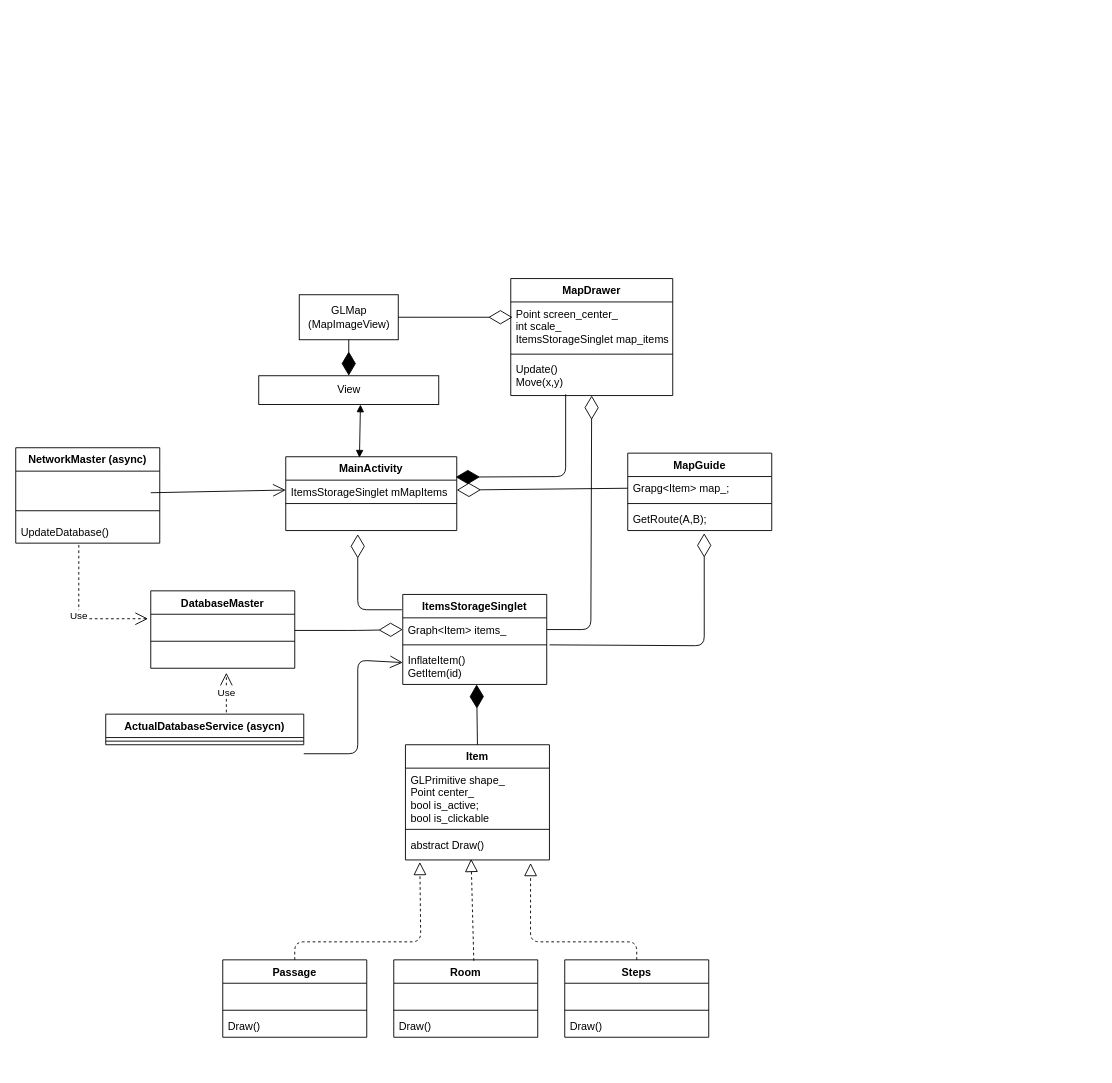
tamerlanchik/FoxCode keeps this draw.io diagram as Android App/Untitled Diagram.drawio. Above is the earlier version. Source tidied: cells renumbered, new cells numbered last; positions are measured from the earlier drawing's top-left corner, leaving out a move shared by most shapes. Both pictures are drawn from the tidied source at 90%, with x=0, y=0 at pixel (15, 278).
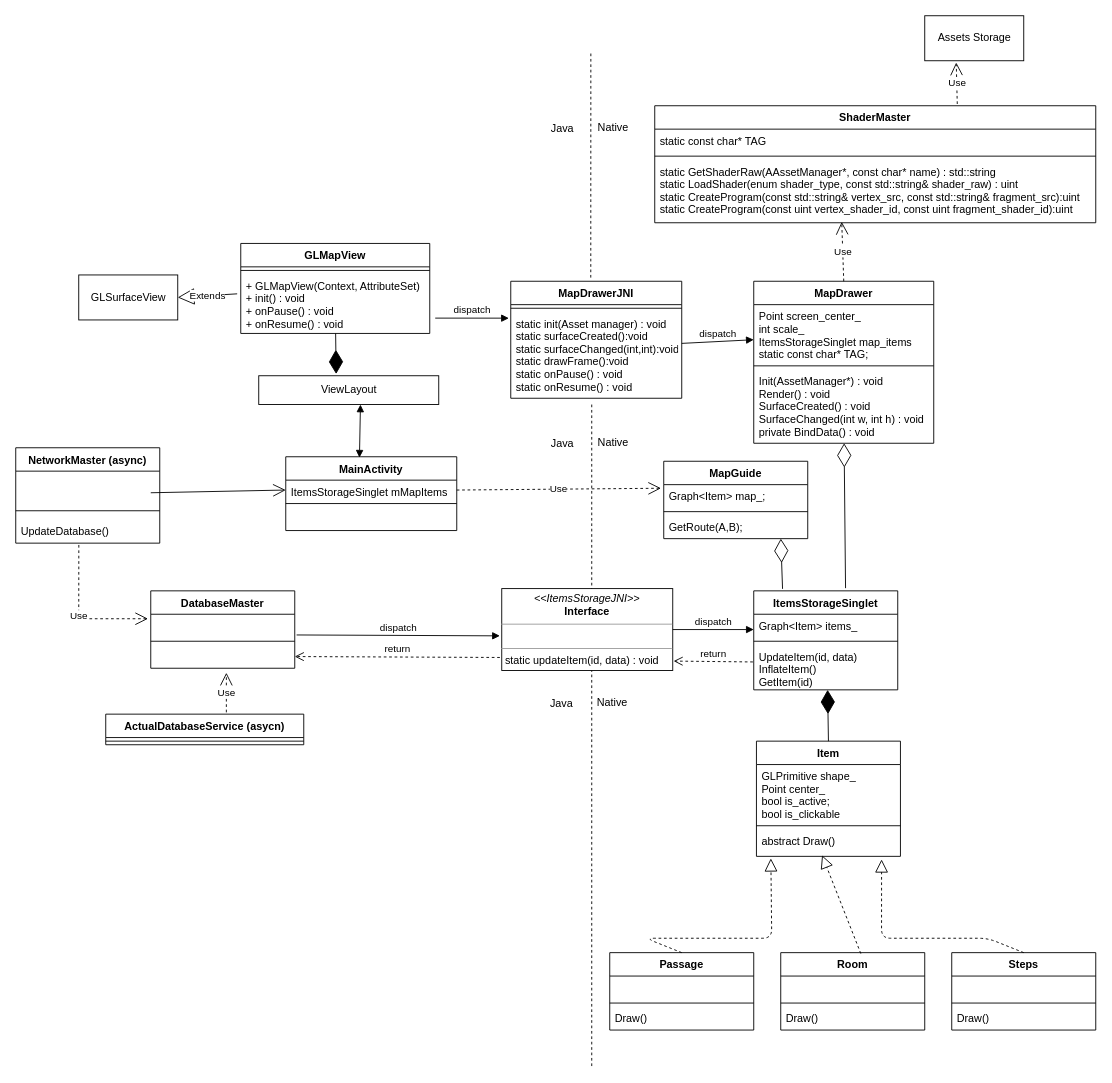
The same page after the edit.

Unchanged cells that the change refers to:
```xml
<mxCell id="3" value="ItemsStorageSinglet mMapItems" style="text;strokeColor=none;fillColor=none;align=left;verticalAlign=top;spacingLeft=4;spacingRight=4;overflow=hidden;points=[[0,0.5],[1,0.5]];portConstraint=eastwest;" parent="2" vertex="1">
  <mxGeometry y="26" width="190" height="22" as="geometry" />
</mxCell>
<mxCell id="5" value="  &#10;" style="text;strokeColor=none;fillColor=none;align=left;verticalAlign=top;spacingLeft=4;spacingRight=4;overflow=hidden;points=[[0,0.5],[1,0.5]];portConstraint=eastwest;" parent="2" vertex="1">
  <mxGeometry y="56" width="190" height="26" as="geometry" />
</mxCell>
<mxCell id="12" value="Graph&lt;Item&gt; items_&#10;&#10;" style="text;strokeColor=none;fillColor=none;align=left;verticalAlign=top;spacingLeft=4;spacingRight=4;overflow=hidden;points=[[0,0.5],[1,0.5]];portConstraint=eastwest;" parent="11" vertex="1">
  <mxGeometry y="26" width="160" height="26" as="geometry" />
</mxCell>
<mxCell id="18" value="abstract Draw()" style="text;strokeColor=none;fillColor=none;align=left;verticalAlign=top;spacingLeft=4;spacingRight=4;overflow=hidden;points=[[0,0.5],[1,0.5]];portConstraint=eastwest;" parent="15" vertex="1">
  <mxGeometry y="98" width="160" height="30" as="geometry" />
</mxCell>
<mxCell id="46" value="DatabaseMaster" style="swimlane;fontStyle=1;align=center;verticalAlign=top;horizontal=1;startSize=26;" parent="1" vertex="1">
  <mxGeometry x="150" y="347" width="160" height="86" as="geometry" />
</mxCell>
<mxCell id="48" value=" " style="text;strokeColor=none;fillColor=none;align=left;verticalAlign=top;spacingLeft=4;spacingRight=4;overflow=hidden;points=[[0,0.5],[1,0.5]];portConstraint=eastwest;" parent="46" vertex="1">
  <mxGeometry y="26" width="160" height="26" as="geometry" />
</mxCell>
<mxCell id="50" value=" " style="text;strokeColor=none;fillColor=none;align=left;verticalAlign=top;spacingLeft=4;spacingRight=4;overflow=hidden;points=[[0,0.5],[1,0.5]];portConstraint=eastwest;" parent="46" vertex="1">
  <mxGeometry y="60" width="160" height="26" as="geometry" />
</mxCell>
<mxCell id="60" value="GetRoute(A,B);" style="text;strokeColor=none;fillColor=none;align=left;verticalAlign=top;spacingLeft=4;spacingRight=4;overflow=hidden;points=[[0,0.5],[1,0.5]];portConstraint=eastwest;" parent="57" vertex="1">
  <mxGeometry y="60" width="160" height="26" as="geometry" />
</mxCell>
```

The edit, as a diff of the source:
```diff
@@
     <mxCell id="6" value="MapDrawer" style="swimlane;fontStyle=1;align=center;verticalAlign=top;horizontal=1;startSize=26;" parent="1" vertex="1">
-      <mxGeometry x="550" width="180" height="130" as="geometry" />
+      <mxGeometry x="820" y="3" width="200" height="180" as="geometry" />
     </mxCell>
-    <mxCell id="7" value="Point screen_center_&#10;int scale_&#10;ItemsStorageSinglet map_items&#10;" style="text;strokeColor=none;fillColor=none;align=left;verticalAlign=top;spacingLeft=4;spacingRight=4;overflow=hidden;points=[[0,0.5],[1,0.5]];portConstraint=eastwest;" parent="6" vertex="1">
-      <mxGeometry y="26" width="180" height="54" as="geometry" />
+    <mxCell id="7" value="Point screen_center_&#10;int scale_&#10;ItemsStorageSinglet map_items&#10;static const char* TAG;" style="text;strokeColor=none;fillColor=none;align=left;verticalAlign=top;spacingLeft=4;spacingRight=4;overflow=hidden;points=[[0,0.5],[1,0.5]];portConstraint=eastwest;" parent="6" vertex="1">
+      <mxGeometry y="26" width="200" height="64" as="geometry" />
     </mxCell>
     <mxCell id="8" style="line;strokeWidth=1;fillColor=none;align=left;verticalAlign=middle;spacingTop=-1;spacingLeft=3;spacingRight=3;labelPosition=right;" parent="6" vertex="1">
-      <mxGeometry y="80" width="180" height="8" as="geometry" />
+      <mxGeometry y="90" width="200" height="8" as="geometry" />
     </mxCell>
-    <mxCell id="9" value="Update()&#10;Move(x,y)&#10;" style="text;strokeColor=none;fillColor=none;align=left;verticalAlign=top;spacingLeft=4;spacingRight=4;overflow=hidden;points=[[0,0.5],[1,0.5]];portConstraint=eastwest;" parent="6" vertex="1">
-      <mxGeometry y="88" width="180" height="42" as="geometry" />
+    <mxCell id="9" value="Init(AssetManager*) : void&#10;Render() : void&#10;SurfaceCreated() : void&#10;SurfaceChanged(int w, int h) : void&#10;private BindData() : void&#10;&#10;" style="text;strokeColor=none;fillColor=none;align=left;verticalAlign=top;spacingLeft=4;spacingRight=4;overflow=hidden;points=[[0,0.5],[1,0.5]];portConstraint=eastwest;" parent="6" vertex="1">
+      <mxGeometry y="98" width="200" height="82" as="geometry" />
     </mxCell>
-    <mxCell id="10" style="endArrow=diamondThin;endFill=1;endSize=24;html=1;entryX=0.994;entryY=-0.154;entryDx=0;entryDy=0;entryPerimeter=0;exitX=0.339;exitY=0.969;exitDx=0;exitDy=0;exitPerimeter=0;" parent="1" edge="1" source="9" target="3">
-      <mxGeometry relative="1" as="geometry">
-        <Array as="points">
-          <mxPoint x="611" y="220" />
-        </Array>
-      </mxGeometry>
-    </mxCell>
     <mxCell id="11" value="ItemsStorageSinglet&#10;&#10;" style="swimlane;fontStyle=1;align=center;verticalAlign=top;horizontal=1;startSize=26;" parent="1" vertex="1">
-      <mxGeometry x="430" y="351" width="160" height="100" as="geometry" />
+      <mxGeometry x="820" y="347" width="160" height="110" as="geometry" />
     </mxCell>
@@
-    <mxCell id="14" value="InflateItem()&#10;GetItem(id)&#10;" style="text;strokeColor=none;fillColor=none;align=left;verticalAlign=top;spacingLeft=4;spacingRight=4;overflow=hidden;points=[[0,0.5],[1,0.5]];portConstraint=eastwest;" parent="11" vertex="1">
-      <mxGeometry y="60" width="160" height="40" as="geometry" />
+    <mxCell id="14" value="UpdateItem(id, data)&#10;InflateItem()&#10;GetItem(id)&#10;" style="text;strokeColor=none;fillColor=none;align=left;verticalAlign=top;spacingLeft=4;spacingRight=4;overflow=hidden;points=[[0,0.5],[1,0.5]];portConstraint=eastwest;" parent="11" vertex="1">
+      <mxGeometry y="60" width="160" height="50" as="geometry" />
     </mxCell>
     <mxCell id="15" value="Item&#10;&#10;" style="swimlane;fontStyle=1;align=center;verticalAlign=top;horizontal=1;startSize=26;" parent="1" vertex="1">
-      <mxGeometry x="433" y="518" width="160" height="128" as="geometry" />
+      <mxGeometry x="823" y="514" width="160" height="128" as="geometry" />
     </mxCell>
@@
     <mxCell id="20" value="Passage" style="swimlane;fontStyle=1;align=center;verticalAlign=top;horizontal=1;startSize=26;" parent="1" vertex="1">
-      <mxGeometry x="230" y="757" width="160" height="86" as="geometry" />
+      <mxGeometry x="660" y="749" width="160" height="86" as="geometry" />
     </mxCell>
@@
     <mxCell id="24" value="Room" style="swimlane;fontStyle=1;align=center;verticalAlign=top;horizontal=1;startSize=26;" parent="1" vertex="1">
-      <mxGeometry x="420" y="757" width="160" height="86" as="geometry" />
+      <mxGeometry x="850" y="749" width="160" height="86" as="geometry" />
     </mxCell>
@@
     <mxCell id="28" value="Steps&#10;&#10;" style="swimlane;fontStyle=1;align=center;verticalAlign=top;horizontal=1;startSize=26;" parent="1" vertex="1">
-      <mxGeometry x="610" y="757" width="160" height="86" as="geometry" />
+      <mxGeometry x="1040" y="749" width="160" height="86" as="geometry" />
     </mxCell>
@@
     <mxCell id="32" style="endArrow=block;dashed=1;endFill=0;endSize=12;html=1;exitX=0.5;exitY=0;exitDx=0;exitDy=0;entryX=0.869;entryY=1.115;entryDx=0;entryDy=0;entryPerimeter=0;" parent="1" edge="1" source="28" target="18">
       <mxGeometry relative="1" as="geometry">
         <Array as="points">
-          <mxPoint x="690" y="737" />
-          <mxPoint x="572" y="737" />
+          <mxPoint x="1080" y="733" />
+          <mxPoint x="962" y="733" />
         </Array>
       </mxGeometry>
     </mxCell>
     <mxCell id="33" style="endArrow=block;dashed=1;endFill=0;endSize=12;html=1;exitX=0.5;exitY=0;exitDx=0;exitDy=0;entryX=0.1;entryY=1.077;entryDx=0;entryDy=0;entryPerimeter=0;" parent="1" edge="1" source="20" target="18">
       <mxGeometry relative="1" as="geometry">
         <Array as="points">
-          <mxPoint x="310" y="737" />
-          <mxPoint x="450" y="737" />
+          <mxPoint x="700" y="733" />
+          <mxPoint x="840" y="733" />
         </Array>
       </mxGeometry>
     </mxCell>
@@
-    <mxCell id="35" style="endArrow=diamondThin;endFill=0;endSize=24;html=1;entryX=0.421;entryY=1.154;entryDx=0;entryDy=0;entryPerimeter=0;" parent="1" edge="1" target="5">
-      <mxGeometry relative="1" as="geometry">
-        <mxPoint x="429" y="368" as="sourcePoint" />
-        <Array as="points">
-          <mxPoint x="380" y="368" />
-        </Array>
-      </mxGeometry>
-    </mxCell>
@@
-    <mxCell id="38" value="View&lt;br&gt;" style="html=1;" parent="1" vertex="1">
+    <mxCell id="38" value="ViewLayout&lt;br&gt;" style="html=1;" parent="1" vertex="1">
       <mxGeometry x="270" y="108" width="200" height="32" as="geometry" />
     </mxCell>
@@
-    <mxCell id="40" style="endArrow=diamondThin;endFill=0;endSize=24;html=1;exitX=1;exitY=0.5;exitDx=0;exitDy=0;" parent="1" edge="1" source="12" target="9">
+    <mxCell id="40" style="endArrow=diamondThin;endFill=0;endSize=24;html=1;" parent="1" edge="1" target="9">
       <mxGeometry relative="1" as="geometry">
-        <Array as="points">
-          <mxPoint x="639" y="390" />
-        </Array>
+        <mxPoint x="922" y="344" as="sourcePoint" />
       </mxGeometry>
     </mxCell>
@@
-    <mxCell id="47" style="endArrow=diamondThin;endFill=0;endSize=24;html=1;entryX=0;entryY=0.5;entryDx=0;entryDy=0;" parent="46" edge="1" target="12">
-      <mxGeometry relative="1" as="geometry">
-        <mxPoint x="160" y="44" as="sourcePoint" />
-        <Array as="points">
-          <mxPoint x="230" y="44" />
-        </Array>
-      </mxGeometry>
-    </mxCell>
@@
-    <mxCell id="51" style="endArrow=open;endFill=1;endSize=12;html=1;" parent="1" edge="1" target="14">
-      <mxGeometry relative="1" as="geometry">
-        <mxPoint x="320" y="528" as="sourcePoint" />
-        <Array as="points">
-          <mxPoint x="380" y="528" />
-          <mxPoint x="380" y="424" />
-        </Array>
-      </mxGeometry>
-    </mxCell>
@@
-    <mxCell id="54" value="GLMap&lt;br&gt;(MapImageView)&lt;br&gt;" style="html=1;" parent="1" vertex="1">
-      <mxGeometry x="315" y="18" width="110" height="50" as="geometry" />
-    </mxCell>
-    <mxCell id="55" style="endArrow=diamondThin;endFill=1;endSize=24;html=1;entryX=0.5;entryY=0;entryDx=0;entryDy=0;exitX=0.5;exitY=1;exitDx=0;exitDy=0;" parent="1" edge="1" source="54" target="38">
+    <mxCell id="55" style="endArrow=diamondThin;endFill=1;endSize=24;html=1;entryX=0.43;entryY=-0.062;entryDx=0;entryDy=0;entryPerimeter=0;" parent="1" edge="1" source="93" target="38">
       <mxGeometry relative="1" as="geometry" />
     </mxCell>
-    <mxCell id="56" style="endArrow=diamondThin;endFill=0;endSize=24;html=1;exitX=1;exitY=0.5;exitDx=0;exitDy=0;entryX=0.011;entryY=0.315;entryDx=0;entryDy=0;entryPerimeter=0;" parent="1" edge="1" source="54" target="7">
-      <mxGeometry relative="1" as="geometry" />
-    </mxCell>
     <mxCell id="57" value="MapGuide" style="swimlane;fontStyle=1;align=center;verticalAlign=top;horizontal=1;startSize=26;" parent="1" vertex="1">
-      <mxGeometry x="680" y="194" width="160" height="86" as="geometry" />
+      <mxGeometry x="720" y="203" width="160" height="86" as="geometry" />
     </mxCell>
-    <mxCell id="58" value="Grapg&lt;Item&gt; map_;" style="text;strokeColor=none;fillColor=none;align=left;verticalAlign=top;spacingLeft=4;spacingRight=4;overflow=hidden;points=[[0,0.5],[1,0.5]];portConstraint=eastwest;" parent="57" vertex="1">
+    <mxCell id="58" value="Graph&lt;Item&gt; map_;" style="text;strokeColor=none;fillColor=none;align=left;verticalAlign=top;spacingLeft=4;spacingRight=4;overflow=hidden;points=[[0,0.5],[1,0.5]];portConstraint=eastwest;" parent="57" vertex="1">
       <mxGeometry y="26" width="160" height="26" as="geometry" />
     </mxCell>
@@
-    <mxCell id="61" style="endArrow=diamondThin;endFill=0;endSize=24;html=1;entryX=1;entryY=0.5;entryDx=0;entryDy=0;exitX=0;exitY=0.5;exitDx=0;exitDy=0;" parent="1" edge="1" source="58" target="3">
-      <mxGeometry relative="1" as="geometry" />
-    </mxCell>
-    <mxCell id="62" style="endArrow=diamondThin;endFill=0;endSize=24;html=1;entryX=0.531;entryY=1.115;entryDx=0;entryDy=0;entryPerimeter=0;exitX=1.019;exitY=1.154;exitDx=0;exitDy=0;exitPerimeter=0;" parent="1" edge="1" source="12" target="60">
-      <mxGeometry relative="1" as="geometry">
-        <Array as="points">
-          <mxPoint x="765" y="408" />
-        </Array>
-      </mxGeometry>
+    <mxCell id="62" style="endArrow=diamondThin;endFill=0;endSize=24;html=1;exitX=0.2;exitY=-0.02;exitDx=0;exitDy=0;exitPerimeter=0;entryX=0.813;entryY=1;entryDx=0;entryDy=0;entryPerimeter=0;" parent="1" edge="1" source="11" target="60">
+      <mxGeometry relative="1" as="geometry" />
     </mxCell>
+    <mxCell id="63" value="GLSurfaceView&lt;br&gt;" style="html=1;" parent="1" vertex="1">
+      <mxGeometry x="70" y="-4" width="110" height="50" as="geometry" />
+    </mxCell>
+    <mxCell id="64" value="Extends" style="endArrow=block;endSize=16;endFill=0;html=1;exitX=-0.019;exitY=0.333;exitDx=0;exitDy=0;entryX=1;entryY=0.5;entryDx=0;entryDy=0;exitPerimeter=0;" parent="1" edge="1" source="93" target="63">
+      <mxGeometry relative="1" as="geometry" />
+    </mxCell>
+    <mxCell id="65" value="MapDrawerJNI" style="swimlane;fontStyle=1;align=center;verticalAlign=top;horizontal=1;startSize=26;" parent="1" vertex="1">
+      <mxGeometry x="550" y="3" width="190" height="130" as="geometry" />
+    </mxCell>
+    <mxCell id="66" style="line;strokeWidth=1;fillColor=none;align=left;verticalAlign=middle;spacingTop=-1;spacingLeft=3;spacingRight=3;labelPosition=right;" parent="65" vertex="1">
+      <mxGeometry y="26" width="190" height="8" as="geometry" />
+    </mxCell>
+    <mxCell id="67" value="static init(Asset manager) : void&#10;static surfaceCreated():void&#10;static surfaceChanged(int,int):void&#10;static drawFrame():void&#10;static onPause() : void&#10;static onResume() : void&#10;" style="text;strokeColor=none;fillColor=none;align=left;verticalAlign=top;spacingLeft=4;spacingRight=4;overflow=hidden;points=[[0,0.5],[1,0.5]];portConstraint=eastwest;" parent="65" vertex="1">
+      <mxGeometry y="34" width="190" height="96" as="geometry" />
+    </mxCell>
+    <mxCell id="68" value="ShaderMaster" style="swimlane;fontStyle=1;align=center;verticalAlign=top;horizontal=1;startSize=26;" parent="1" vertex="1">
+      <mxGeometry x="710" y="-192" width="490" height="130" as="geometry" />
+    </mxCell>
+    <mxCell id="69" value="static const char* TAG" style="text;strokeColor=none;fillColor=none;align=left;verticalAlign=top;spacingLeft=4;spacingRight=4;overflow=hidden;" parent="68" vertex="1">
+      <mxGeometry y="26" width="490" height="26" as="geometry" />
+    </mxCell>
+    <mxCell id="70" style="line;strokeWidth=1;fillColor=none;align=left;verticalAlign=middle;spacingTop=-1;spacingLeft=3;spacingRight=3;labelPosition=right;" parent="68" vertex="1">
+      <mxGeometry y="52" width="490" height="8" as="geometry" />
+    </mxCell>
+    <mxCell id="71" value="static GetShaderRaw(AAssetManager*, const char* name) : std::string&#10;static LoadShader(enum shader_type, const std::string&amp; shader_raw) : uint&#10;static CreateProgram(const std::string&amp; vertex_src, const std::string&amp; fragment_src):uint&#10;static CreateProgram(const uint vertex_shader_id, const uint fragment_shader_id):uint&#10;" style="text;strokeColor=none;fillColor=none;align=left;verticalAlign=top;spacingLeft=4;spacingRight=4;overflow=hidden;points=[[0,0.5],[1,0.5]];portConstraint=eastwest;" parent="68" vertex="1">
+      <mxGeometry y="60" width="490" height="70" as="geometry" />
+    </mxCell>
+    <mxCell id="72" value="Use" style="endArrow=open;endSize=12;dashed=1;html=1;exitX=0.5;exitY=0;exitDx=0;exitDy=0;entryX=0.424;entryY=0.986;entryDx=0;entryDy=0;entryPerimeter=0;" parent="1" edge="1" source="6" target="71">
+      <mxGeometry relative="1" as="geometry" />
+    </mxCell>
+    <mxCell id="73" value="dispatch" style="html=1;verticalAlign=bottom;endArrow=block;exitX=1.029;exitY=0.742;exitDx=0;exitDy=0;entryX=-0.011;entryY=0.073;entryDx=0;entryDy=0;entryPerimeter=0;exitPerimeter=0;" parent="1" edge="1" source="93" target="67">
+      <mxGeometry relative="1" as="geometry" />
+    </mxCell>
+    <mxCell id="74" value="dispatch" style="html=1;verticalAlign=bottom;endArrow=block;exitX=1;exitY=0.365;exitDx=0;exitDy=0;exitPerimeter=0;entryX=0;entryY=0.609;entryDx=0;entryDy=0;entryPerimeter=0;" parent="1" edge="1" source="67" target="7">
+      <mxGeometry relative="1" as="geometry" />
+    </mxCell>
+    <mxCell id="75" value="Use" style="endArrow=open;endSize=12;dashed=1;html=1;exitX=1;exitY=0.5;exitDx=0;exitDy=0;entryX=-0.019;entryY=0.154;entryDx=0;entryDy=0;entryPerimeter=0;" parent="1" edge="1" source="3" target="58">
+      <mxGeometry relative="1" as="geometry" />
+    </mxCell>
+    <mxCell id="76" style="endArrow=none;dashed=1;html=1;" parent="1" edge="1">
+      <mxGeometry relative="1" as="geometry">
+        <mxPoint x="640" y="875" as="sourcePoint" />
+        <mxPoint x="640" y="138" as="targetPoint" />
+      </mxGeometry>
+    </mxCell>
+    <mxCell id="77" value="Java" style="text;html=1;align=left;verticalAlign=top;spacingTop=-4;" parent="1" vertex="1">
+      <mxGeometry x="593" y="-176" width="40" height="20" as="geometry" />
+    </mxCell>
+    <mxCell id="78" value="Native&lt;br&gt;" style="text;html=1;align=left;verticalAlign=top;spacingTop=-4;" parent="1" vertex="1">
+      <mxGeometry x="645" y="-177" width="50" height="20" as="geometry" />
+    </mxCell>
+    <mxCell id="79" value="Java" style="text;html=1;align=left;verticalAlign=top;spacingTop=-4;" parent="1" vertex="1">
+      <mxGeometry x="593" y="173.5" width="40" height="20" as="geometry" />
+    </mxCell>
+    <mxCell id="80" value="Native&lt;br&gt;" style="text;html=1;align=left;verticalAlign=top;spacingTop=-4;" parent="1" vertex="1">
+      <mxGeometry x="645" y="172.5" width="50" height="20" as="geometry" />
+    </mxCell>
+    <mxCell id="81" value="Java" style="text;html=1;align=left;verticalAlign=top;spacingTop=-4;" parent="1" vertex="1">
+      <mxGeometry x="592" y="463" width="40" height="20" as="geometry" />
+    </mxCell>
+    <mxCell id="82" value="Native&lt;br&gt;" style="text;html=1;align=left;verticalAlign=top;spacingTop=-4;" parent="1" vertex="1">
+      <mxGeometry x="644" y="462" width="50" height="20" as="geometry" />
+    </mxCell>
+    <mxCell id="83" style="endArrow=none;dashed=1;html=1;exitX=0.468;exitY=-0.031;exitDx=0;exitDy=0;exitPerimeter=0;" parent="1" edge="1" source="65">
+      <mxGeometry relative="1" as="geometry">
+        <mxPoint x="639" y="-252" as="targetPoint" />
+      </mxGeometry>
+    </mxCell>
+    <mxCell id="84" value="&lt;p style=&quot;margin: 0px ; margin-top: 4px ; text-align: center&quot;&gt;&lt;i&gt;&amp;lt;&amp;lt;ItemsStorageJNI&amp;gt;&amp;gt;&lt;/i&gt;&lt;br&gt;&lt;b&gt;Interface&lt;/b&gt;&lt;/p&gt;&lt;hr size=&quot;1&quot;&gt;&lt;p style=&quot;margin: 0px ; margin-left: 4px&quot;&gt;&lt;br&gt;&lt;/p&gt;&lt;hr size=&quot;1&quot;&gt;&lt;p style=&quot;margin: 0px ; margin-left: 4px&quot;&gt;static updateItem(id, data) : void&lt;/p&gt;" style="verticalAlign=top;align=left;overflow=fill;fontSize=12;fontFamily=Helvetica;html=1;" parent="1" vertex="1">
+      <mxGeometry x="540" y="344.5" width="190" height="91" as="geometry" />
+    </mxCell>
+    <mxCell id="85" value="Assets Storage" style="html=1;" parent="1" vertex="1">
+      <mxGeometry x="1010" y="-292" width="110" height="50" as="geometry" />
+    </mxCell>
+    <mxCell id="86" value="Use" style="endArrow=open;endSize=12;dashed=1;html=1;exitX=0.686;exitY=-0.015;exitDx=0;exitDy=0;exitPerimeter=0;entryX=0.318;entryY=1.04;entryDx=0;entryDy=0;entryPerimeter=0;" parent="1" edge="1" source="68" target="85">
+      <mxGeometry relative="1" as="geometry" />
+    </mxCell>
+    <mxCell id="87" value="dispatch" style="html=1;verticalAlign=bottom;endArrow=block;exitX=1;exitY=0.5;exitDx=0;exitDy=0;" parent="1" edge="1" source="84">
+      <mxGeometry relative="1" as="geometry">
+        <mxPoint x="820" y="390" as="targetPoint" />
+      </mxGeometry>
+    </mxCell>
+    <mxCell id="88" value="dispatch" style="html=1;verticalAlign=bottom;endArrow=block;exitX=1.013;exitY=0.885;exitDx=0;exitDy=0;exitPerimeter=0;entryX=-0.011;entryY=0.577;entryDx=0;entryDy=0;entryPerimeter=0;" parent="1" edge="1" source="48" target="84">
+      <mxGeometry relative="1" as="geometry" />
+    </mxCell>
+    <mxCell id="89" value="return" style="html=1;verticalAlign=bottom;endArrow=open;dashed=1;endSize=8;entryX=1;entryY=0.5;entryDx=0;entryDy=0;exitX=-0.011;exitY=0.841;exitDx=0;exitDy=0;exitPerimeter=0;" parent="1" edge="1" source="84" target="50">
+      <mxGeometry relative="1" as="geometry" />
+    </mxCell>
+    <mxCell id="90" value="return" style="html=1;verticalAlign=bottom;endArrow=open;dashed=1;endSize=8;exitX=-0.006;exitY=0.38;exitDx=0;exitDy=0;entryX=1.005;entryY=0.885;entryDx=0;entryDy=0;entryPerimeter=0;exitPerimeter=0;" parent="1" edge="1" source="14" target="84">
+      <mxGeometry relative="1" as="geometry" />
+    </mxCell>
+    <mxCell id="91" value="GLMapView" style="swimlane;fontStyle=1;align=center;verticalAlign=top;horizontal=1;startSize=26;" parent="1" vertex="1">
+      <mxGeometry x="250" y="-39" width="210" height="100" as="geometry" />
+    </mxCell>
+    <mxCell id="92" style="line;strokeWidth=1;fillColor=none;align=left;verticalAlign=middle;spacingTop=-1;spacingLeft=3;spacingRight=3;labelPosition=right;" parent="91" vertex="1">
+      <mxGeometry y="26" width="210" height="8" as="geometry" />
+    </mxCell>
+    <mxCell id="93" value="+ GLMapView(Context, AttributeSet)&#10;+ init() : void&#10;+ onPause() : void&#10;+ onResume() : void&#10;" style="text;strokeColor=none;fillColor=none;align=left;verticalAlign=top;spacingLeft=4;spacingRight=4;overflow=hidden;points=[[0,0.5],[1,0.5]];portConstraint=eastwest;" parent="91" vertex="1">
+      <mxGeometry y="34" width="210" height="66" as="geometry" />
+    </mxCell>
```
